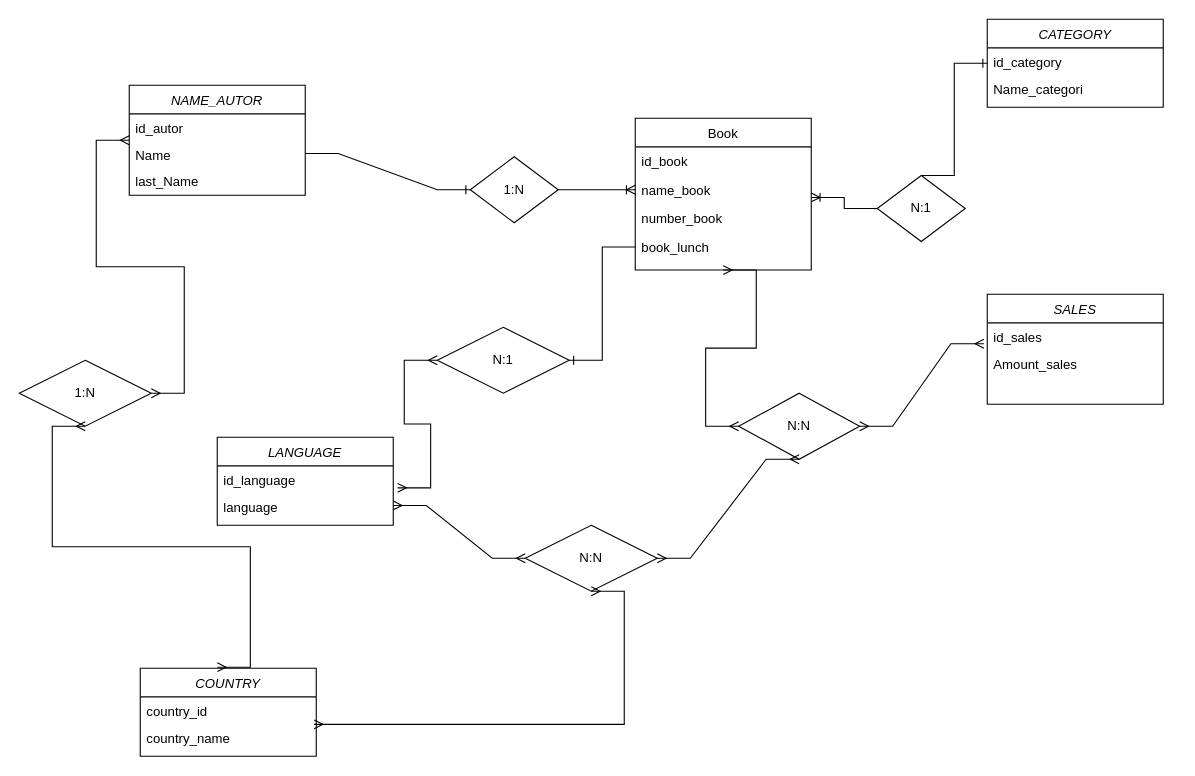
johns70/bucle-foreach keeps this draw.io diagram as Untitled Diagram.drawio. Above is the earlier version. Source tidied: cells renumbered, new cells numbered last; positions are measured from the earlier drawing's top-left corner, leaving out a move shared by most shapes. Both pictures are drawn from the tidied source at 110%, with x=0, y=0 at pixel (19, -215).
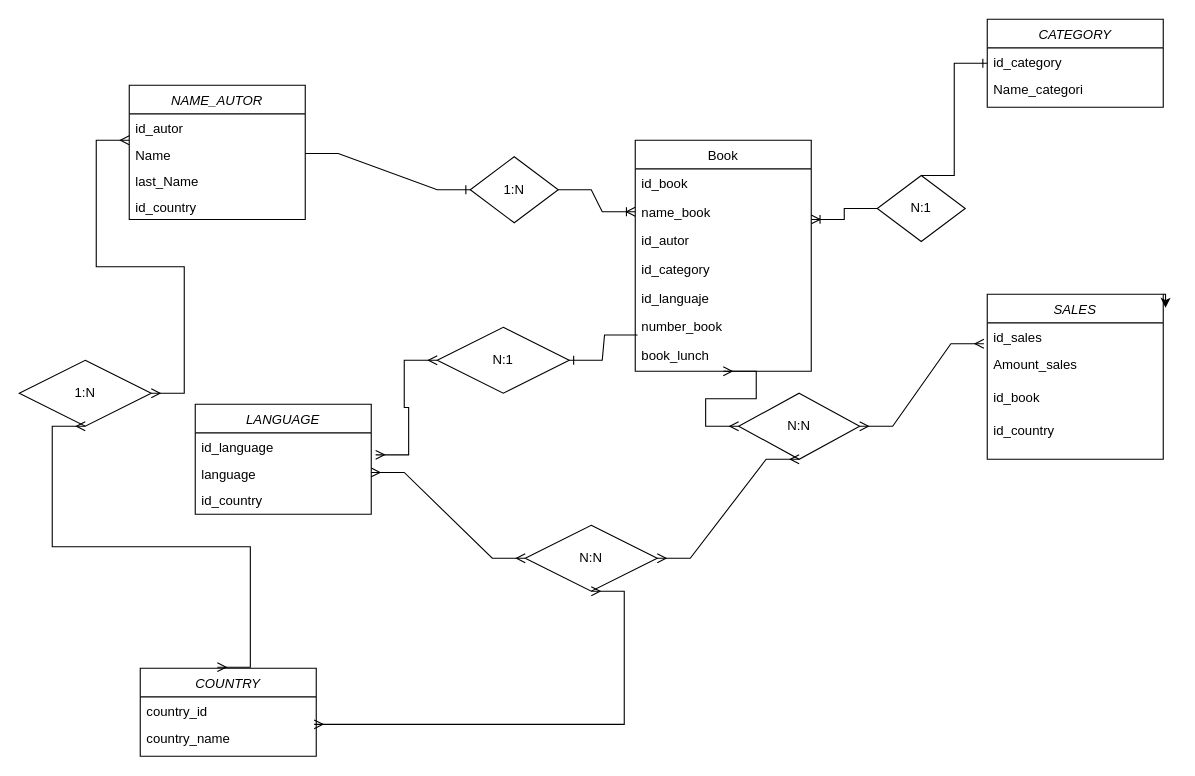
The same diagram, later.

Unchanged cells that the change refers to:
```xml
<mxCell id="29" value="N:1" style="shape=rhombus;perimeter=rhombusPerimeter;whiteSpace=wrap;html=1;align=center;" parent="1" vertex="1">
  <mxGeometry x="380" y="492" width="120" height="60" as="geometry" />
</mxCell>
```

What changed in the source:
```diff
@@
     <mxCell id="2" value="NAME_AUTOR" style="swimlane;fontStyle=2;align=center;verticalAlign=top;horizontal=1;startSize=26;rounded=0;shadow=0;strokeWidth=1;" parent="1" vertex="1">
-      <mxGeometry x="100" y="272" width="160" height="100" as="geometry" />
+      <mxGeometry x="100" y="272" width="160" height="122" as="geometry" />
     </mxCell>
@@
+    <mxCell id="42" value="id_country" style="text;align=left;verticalAlign=top;spacingLeft=4;spacingRight=4;overflow=hidden;" parent="2" vertex="1">
+      <mxGeometry y="98" width="160" height="24" as="geometry" />
+    </mxCell>
     <mxCell id="6" value="Book" style="swimlane;fontStyle=0;align=center;verticalAlign=top;horizontal=1;startSize=26;rounded=0;shadow=0;strokeWidth=1;" parent="1" vertex="1">
-      <mxGeometry x="560" y="302" width="160" height="138" as="geometry" />
+      <mxGeometry x="560" y="322" width="160" height="210" as="geometry" />
     </mxCell>
@@
+    <mxCell id="43" value="id_autor" style="text;align=left;verticalAlign=top;spacingLeft=4;spacingRight=4;overflow=hidden;rounded=0;shadow=0;html=0;" parent="6" vertex="1">
+      <mxGeometry y="78" width="160" height="26" as="geometry" />
+    </mxCell>
+    <mxCell id="44" value="id_category" style="text;align=left;verticalAlign=top;spacingLeft=4;spacingRight=4;overflow=hidden;rounded=0;shadow=0;html=0;" parent="6" vertex="1">
+      <mxGeometry y="104" width="160" height="26" as="geometry" />
+    </mxCell>
+    <mxCell id="45" value="id_languaje" style="text;align=left;verticalAlign=top;spacingLeft=4;spacingRight=4;overflow=hidden;rounded=0;shadow=0;html=0;" parent="6" vertex="1">
+      <mxGeometry y="130" width="160" height="26" as="geometry" />
+    </mxCell>
     <mxCell id="9" value="number_book" style="text;align=left;verticalAlign=top;spacingLeft=4;spacingRight=4;overflow=hidden;points=[[0,0.5],[1,0.5]];portConstraint=eastwest;rounded=0;shadow=0;html=0;" parent="6" vertex="1">
-      <mxGeometry y="78" width="160" height="26" as="geometry" />
+      <mxGeometry y="156" width="160" height="26" as="geometry" />
     </mxCell>
     <mxCell id="10" value="book_lunch" style="text;align=left;verticalAlign=top;spacingLeft=4;spacingRight=4;overflow=hidden;points=[[0,0.5],[1,0.5]];portConstraint=eastwest;rounded=0;shadow=0;html=0;" parent="6" vertex="1">
-      <mxGeometry y="104" width="160" height="26" as="geometry" />
+      <mxGeometry y="182" width="160" height="26" as="geometry" />
     </mxCell>
@@
     <mxCell id="14" value="LANGUAGE" style="swimlane;fontStyle=2;align=center;verticalAlign=top;horizontal=1;startSize=26;rounded=0;shadow=0;strokeWidth=1;" parent="1" vertex="1">
-      <mxGeometry x="180" y="592" width="160" height="80" as="geometry" />
+      <mxGeometry x="160" y="562" width="160" height="100" as="geometry" />
     </mxCell>
@@
+    <mxCell id="46" value="id_country" style="text;align=left;verticalAlign=top;spacingLeft=4;spacingRight=4;overflow=hidden;" parent="14" vertex="1">
+      <mxGeometry y="74" width="160" height="24" as="geometry" />
+    </mxCell>
@@
     <mxCell id="20" value="SALES" style="swimlane;fontStyle=2;align=center;verticalAlign=top;horizontal=1;startSize=26;rounded=0;shadow=0;strokeWidth=1;" parent="1" vertex="1">
-      <mxGeometry x="880" y="462" width="160" height="100" as="geometry" />
+      <mxGeometry x="880" y="462" width="160" height="150" as="geometry" />
     </mxCell>
@@
+    <mxCell id="47" value="id_book" style="text;align=left;verticalAlign=top;spacingLeft=4;spacingRight=4;overflow=hidden;" parent="20" vertex="1">
+      <mxGeometry y="80" width="160" height="30" as="geometry" />
+    </mxCell>
+    <mxCell id="48" value="id_country" style="text;align=left;verticalAlign=top;spacingLeft=4;spacingRight=4;overflow=hidden;" parent="20" vertex="1">
+      <mxGeometry y="110" width="160" height="30" as="geometry" />
+    </mxCell>
@@
-    <mxCell id="34" style="edgeStyle=entityRelationEdgeStyle;fontSize=12;html=1;endArrow=ERone;endFill=1;rounded=0;entryX=1;entryY=0.5;entryDx=0;entryDy=0;exitX=0;exitY=0.5;exitDx=0;exitDy=0;" parent="1" edge="1" source="10" target="29">
+    <mxCell id="34" style="edgeStyle=entityRelationEdgeStyle;fontSize=12;html=1;endArrow=ERone;endFill=1;rounded=0;entryX=1;entryY=0.5;entryDx=0;entryDy=0;exitX=0.013;exitY=0.808;exitDx=0;exitDy=0;exitPerimeter=0;" parent="1" edge="1" source="9" target="29">
       <mxGeometry relative="1" as="geometry" />
     </mxCell>
@@
+    <mxCell id="49" style="edgeStyle=orthogonalEdgeStyle;rounded=0;orthogonalLoop=1;jettySize=auto;html=1;exitX=1;exitY=0;exitDx=0;exitDy=0;entryX=1.013;entryY=0.082;entryDx=0;entryDy=0;entryPerimeter=0;" parent="1" edge="1" source="20" target="20">
+      <mxGeometry relative="1" as="geometry" />
+    </mxCell>
```
